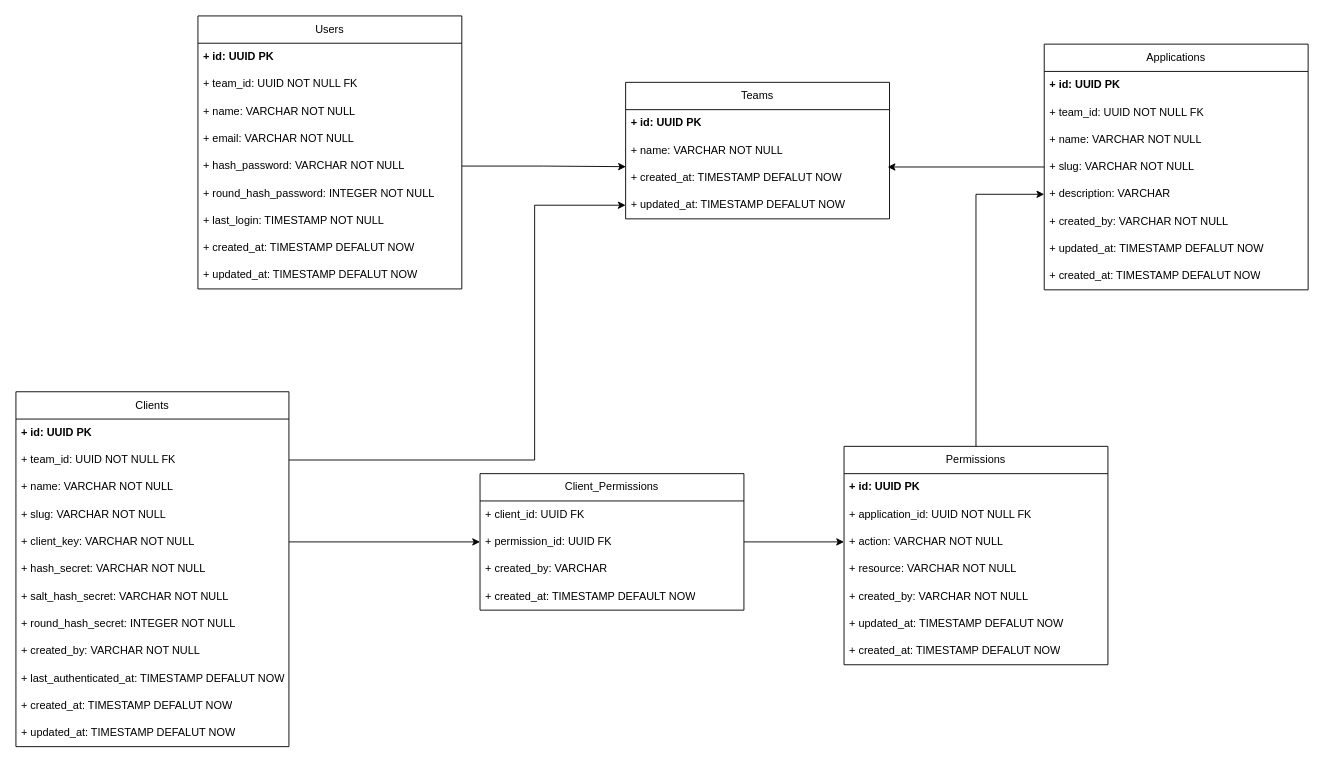
The draw.io diagram page "Modelagem" (2 of 2) of docs/Oauth-JWT-API.drawio in guilhermealvess/oauth-api, before the edit. Source tidied: cells renumbered, new cells numbered last; positions are measured from the earlier drawing's top-left corner, leaving out a move shared by most shapes. Both pictures are drawn from the tidied source at 91%, with x=0, y=0 at pixel (15, 15).
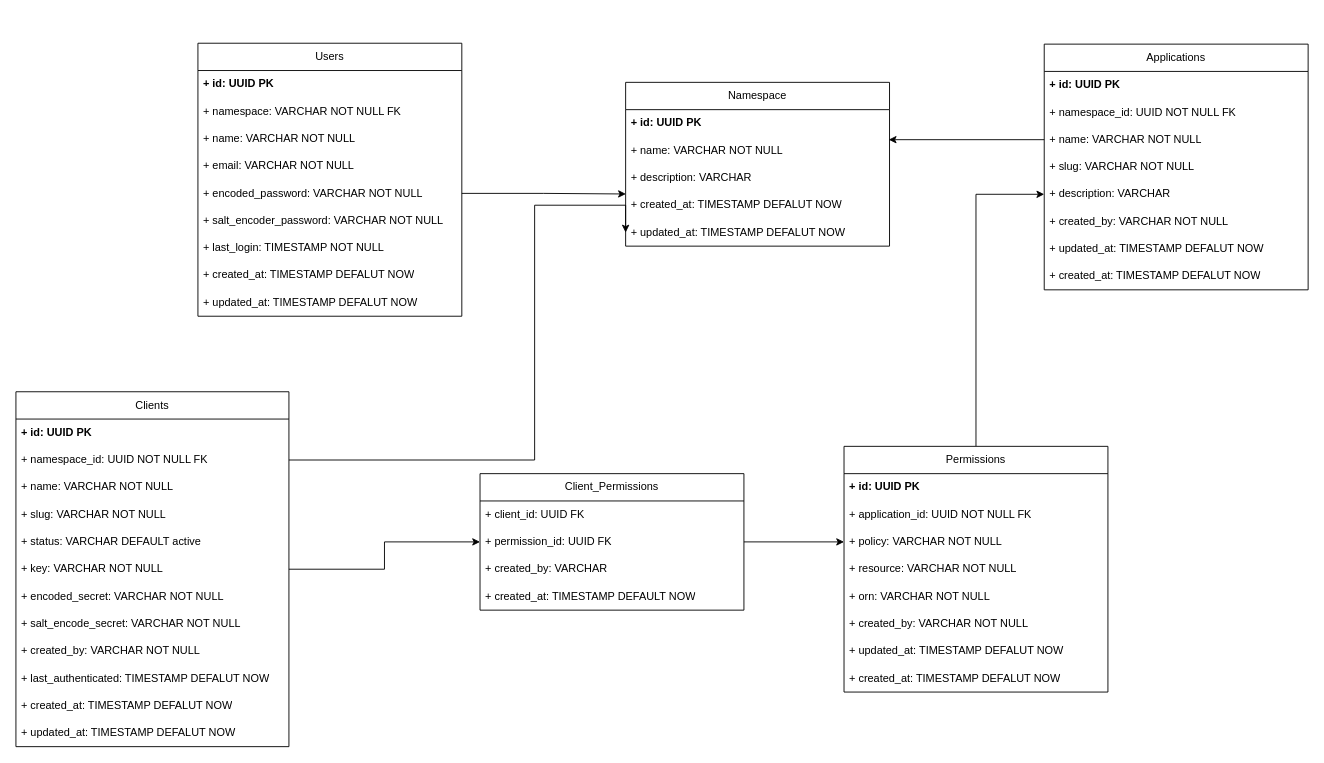
The same page after the edit.

Unchanged cells that the change refers to:
```xml
<mxCell id="17" value="Applications" style="swimlane;fontStyle=0;horizontal=1;startSize=30;whiteSpace=wrap;html=1;" parent="1" vertex="1">
  <mxGeometry x="1130" y="31" width="290" height="270" as="geometry" />
</mxCell>
<mxCell id="20" value="+ name: VARCHAR NOT NULL" style="text;strokeColor=none;fillColor=none;align=left;verticalAlign=middle;spacingLeft=4;spacingRight=4;overflow=hidden;points=[[0,0.5],[1,0.5]];portConstraint=eastwest;whiteSpace=wrap;html=1;" parent="17" vertex="1">
  <mxGeometry y="90" width="290" height="30" as="geometry" />
</mxCell>
<mxCell id="21" value="+ slug: VARCHAR NOT NULL" style="text;strokeColor=none;fillColor=none;align=left;verticalAlign=middle;spacingLeft=4;spacingRight=4;overflow=hidden;points=[[0,0.5],[1,0.5]];portConstraint=eastwest;whiteSpace=wrap;html=1;" parent="17" vertex="1">
  <mxGeometry y="120" width="290" height="30" as="geometry" />
</mxCell>
<mxCell id="35" value="Clients" style="swimlane;fontStyle=0;horizontal=1;startSize=30;whiteSpace=wrap;html=1;" parent="1" vertex="1">
  <mxGeometry y="413" width="300" height="390" as="geometry" />
</mxCell>
```

Change to the diagram source:
```diff
@@
-    <mxCell id="2" value="Teams" style="swimlane;fontStyle=0;horizontal=1;startSize=30;whiteSpace=wrap;html=1;" parent="1" vertex="1">
-      <mxGeometry x="670" y="73" width="290" height="150" as="geometry" />
+    <mxCell id="2" value="Namespace" style="swimlane;fontStyle=0;horizontal=1;startSize=30;whiteSpace=wrap;html=1;" parent="1" vertex="1">
+      <mxGeometry x="670" y="73" width="290" height="180" as="geometry" />
     </mxCell>
@@
+    <mxCell id="58" value="+ name: VARCHAR NOT NULL" style="text;strokeColor=none;fillColor=none;align=left;verticalAlign=middle;spacingLeft=4;spacingRight=4;overflow=hidden;points=[[0,0.5],[1,0.5]];portConstraint=eastwest;whiteSpace=wrap;html=1;" parent="2" vertex="1">
+      <mxGeometry y="60" width="290" height="30" as="geometry" />
+    </mxCell>
-    <mxCell id="4" value="+ name: VARCHAR NOT NULL" style="text;strokeColor=none;fillColor=none;align=left;verticalAlign=middle;spacingLeft=4;spacingRight=4;overflow=hidden;whiteSpace=wrap;html=1;" parent="2" vertex="1">
-      <mxGeometry y="60" width="290" height="30" as="geometry" />
+    <mxCell id="4" value="+ description: VARCHAR" style="text;strokeColor=none;fillColor=none;align=left;verticalAlign=middle;spacingLeft=4;spacingRight=4;overflow=hidden;whiteSpace=wrap;html=1;" parent="2" vertex="1">
+      <mxGeometry y="90" width="290" height="30" as="geometry" />
     </mxCell>
     <mxCell id="5" value="+ created_at: TIMESTAMP DEFALUT NOW" style="text;strokeColor=none;fillColor=none;align=left;verticalAlign=middle;spacingLeft=4;spacingRight=4;overflow=hidden;points=[[0,0.5],[1,0.5]];portConstraint=eastwest;whiteSpace=wrap;html=1;" parent="2" vertex="1">
-      <mxGeometry y="90" width="290" height="30" as="geometry" />
+      <mxGeometry y="120" width="290" height="30" as="geometry" />
     </mxCell>
     <mxCell id="6" value="+ updated_at: TIMESTAMP DEFALUT NOW" style="text;strokeColor=none;fillColor=none;align=left;verticalAlign=middle;spacingLeft=4;spacingRight=4;overflow=hidden;points=[[0,0.5],[1,0.5]];portConstraint=eastwest;whiteSpace=wrap;html=1;" parent="2" vertex="1">
-      <mxGeometry y="120" width="290" height="30" as="geometry" />
+      <mxGeometry y="150" width="290" height="30" as="geometry" />
     </mxCell>
     <mxCell id="7" value="Users" style="swimlane;fontStyle=0;horizontal=1;startSize=30;whiteSpace=wrap;html=1;" parent="1" vertex="1">
-      <mxGeometry x="200" width="290" height="300" as="geometry" />
+      <mxGeometry x="200" y="30" width="290" height="300" as="geometry" />
     </mxCell>
@@
-    <mxCell id="9" value="+ team_id: UUID NOT NULL FK" style="text;strokeColor=none;fillColor=none;align=left;verticalAlign=middle;spacingLeft=4;spacingRight=4;overflow=hidden;whiteSpace=wrap;html=1;" parent="7" vertex="1">
+    <mxCell id="9" value="+ namespace: VARCHAR NOT NULL FK" style="text;strokeColor=none;fillColor=none;align=left;verticalAlign=middle;spacingLeft=4;spacingRight=4;overflow=hidden;whiteSpace=wrap;html=1;" parent="7" vertex="1">
       <mxGeometry y="60" width="290" height="30" as="geometry" />
     </mxCell>
@@
-    <mxCell id="12" value="+ hash_password: VARCHAR NOT NULL" style="text;strokeColor=none;fillColor=none;align=left;verticalAlign=middle;spacingLeft=4;spacingRight=4;overflow=hidden;points=[[0,0.5],[1,0.5]];portConstraint=eastwest;whiteSpace=wrap;html=1;" parent="7" vertex="1">
+    <mxCell id="12" value="+ encoded_password: VARCHAR NOT NULL" style="text;strokeColor=none;fillColor=none;align=left;verticalAlign=middle;spacingLeft=4;spacingRight=4;overflow=hidden;points=[[0,0.5],[1,0.5]];portConstraint=eastwest;whiteSpace=wrap;html=1;" parent="7" vertex="1">
       <mxGeometry y="150" width="290" height="30" as="geometry" />
     </mxCell>
-    <mxCell id="13" value="+ round_hash_password: INTEGER NOT NULL" style="text;strokeColor=none;fillColor=none;align=left;verticalAlign=middle;spacingLeft=4;spacingRight=4;overflow=hidden;whiteSpace=wrap;html=1;" parent="7" vertex="1">
-      <mxGeometry y="180" width="290" height="30" as="geometry" />
-    </mxCell>
+    <mxCell id="59" value="+ salt_encoder_password: VARCHAR NOT NULL" style="text;strokeColor=none;fillColor=none;align=left;verticalAlign=middle;spacingLeft=4;spacingRight=4;overflow=hidden;whiteSpace=wrap;html=1;" parent="7" vertex="1">
+      <mxGeometry y="180" width="290" height="30" as="geometry" />
+    </mxCell>
@@
-    <mxCell id="19" value="+ team_id: UUID NOT NULL FK" style="text;strokeColor=none;fillColor=none;align=left;verticalAlign=middle;spacingLeft=4;spacingRight=4;overflow=hidden;whiteSpace=wrap;html=1;" parent="17" vertex="1">
+    <mxCell id="19" value="+ namespace_id: UUID NOT NULL FK" style="text;strokeColor=none;fillColor=none;align=left;verticalAlign=middle;spacingLeft=4;spacingRight=4;overflow=hidden;whiteSpace=wrap;html=1;" parent="17" vertex="1">
       <mxGeometry y="60" width="290" height="30" as="geometry" />
     </mxCell>
@@
     <mxCell id="27" value="Permissions" style="swimlane;fontStyle=0;horizontal=1;startSize=30;whiteSpace=wrap;html=1;" parent="1" vertex="1">
-      <mxGeometry x="910" y="473" width="290" height="240" as="geometry" />
+      <mxGeometry x="910" y="473" width="290" height="270" as="geometry" />
     </mxCell>
@@
-    <mxCell id="30" value="+ action: VARCHAR NOT NULL" style="text;strokeColor=none;fillColor=none;align=left;verticalAlign=middle;spacingLeft=4;spacingRight=4;overflow=hidden;points=[[0,0.5],[1,0.5]];portConstraint=eastwest;whiteSpace=wrap;html=1;" parent="27" vertex="1">
+    <mxCell id="30" value="+ policy: VARCHAR NOT NULL" style="text;strokeColor=none;fillColor=none;align=left;verticalAlign=middle;spacingLeft=4;spacingRight=4;overflow=hidden;points=[[0,0.5],[1,0.5]];portConstraint=eastwest;whiteSpace=wrap;html=1;" parent="27" vertex="1">
       <mxGeometry y="90" width="290" height="30" as="geometry" />
     </mxCell>
@@
+    <mxCell id="60" value="+ orn: VARCHAR NOT NULL" style="text;strokeColor=none;fillColor=none;align=left;verticalAlign=middle;spacingLeft=4;spacingRight=4;overflow=hidden;whiteSpace=wrap;html=1;" parent="27" vertex="1">
+      <mxGeometry y="150" width="290" height="30" as="geometry" />
+    </mxCell>
     <mxCell id="32" value="+ created_by: VARCHAR NOT NULL" style="text;strokeColor=none;fillColor=none;align=left;verticalAlign=middle;spacingLeft=4;spacingRight=4;overflow=hidden;whiteSpace=wrap;html=1;" parent="27" vertex="1">
-      <mxGeometry y="150" width="290" height="30" as="geometry" />
+      <mxGeometry y="180" width="290" height="30" as="geometry" />
     </mxCell>
     <mxCell id="33" value="+ updated_at: TIMESTAMP DEFALUT NOW" style="text;strokeColor=none;fillColor=none;align=left;verticalAlign=middle;spacingLeft=4;spacingRight=4;overflow=hidden;whiteSpace=wrap;html=1;" parent="27" vertex="1">
-      <mxGeometry y="180" width="290" height="30" as="geometry" />
+      <mxGeometry y="210" width="290" height="30" as="geometry" />
     </mxCell>
     <mxCell id="34" value="+ created_at: TIMESTAMP DEFALUT NOW" style="text;strokeColor=none;fillColor=none;align=left;verticalAlign=middle;spacingLeft=4;spacingRight=4;overflow=hidden;whiteSpace=wrap;html=1;" parent="27" vertex="1">
-      <mxGeometry y="210" width="290" height="30" as="geometry" />
+      <mxGeometry y="240" width="290" height="30" as="geometry" />
     </mxCell>
@@
-    <mxCell id="37" value="+ team_id: UUID NOT NULL FK" style="text;strokeColor=none;fillColor=none;align=left;verticalAlign=middle;spacingLeft=4;spacingRight=4;overflow=hidden;points=[[0,0.5],[1,0.5]];portConstraint=eastwest;whiteSpace=wrap;html=1;" parent="35" vertex="1">
+    <mxCell id="37" value="+ namespace_id: UUID NOT NULL FK" style="text;strokeColor=none;fillColor=none;align=left;verticalAlign=middle;spacingLeft=4;spacingRight=4;overflow=hidden;points=[[0,0.5],[1,0.5]];portConstraint=eastwest;whiteSpace=wrap;html=1;" parent="35" vertex="1">
       <mxGeometry y="60" width="300" height="30" as="geometry" />
     </mxCell>
@@
+    <mxCell id="61" value="+ status: VARCHAR DEFAULT active" style="text;strokeColor=none;fillColor=none;align=left;verticalAlign=middle;spacingLeft=4;spacingRight=4;overflow=hidden;whiteSpace=wrap;html=1;" parent="35" vertex="1">
+      <mxGeometry y="150" width="300" height="30" as="geometry" />
+    </mxCell>
-    <mxCell id="40" value="+ client_key: VARCHAR NOT NULL" style="text;strokeColor=none;fillColor=none;align=left;verticalAlign=middle;spacingLeft=4;spacingRight=4;overflow=hidden;points=[[0,0.5],[1,0.5]];portConstraint=eastwest;whiteSpace=wrap;html=1;" parent="35" vertex="1">
-      <mxGeometry y="150" width="300" height="30" as="geometry" />
+    <mxCell id="40" value="+ key: VARCHAR NOT NULL" style="text;strokeColor=none;fillColor=none;align=left;verticalAlign=middle;spacingLeft=4;spacingRight=4;overflow=hidden;points=[[0,0.5],[1,0.5]];portConstraint=eastwest;whiteSpace=wrap;html=1;" parent="35" vertex="1">
+      <mxGeometry y="180" width="300" height="30" as="geometry" />
     </mxCell>
-    <mxCell id="41" value="+ hash_secret: VARCHAR NOT NULL" style="text;strokeColor=none;fillColor=none;align=left;verticalAlign=middle;spacingLeft=4;spacingRight=4;overflow=hidden;whiteSpace=wrap;html=1;" parent="35" vertex="1">
-      <mxGeometry y="180" width="300" height="30" as="geometry" />
+    <mxCell id="41" value="+ encoded_secret: VARCHAR NOT NULL" style="text;strokeColor=none;fillColor=none;align=left;verticalAlign=middle;spacingLeft=4;spacingRight=4;overflow=hidden;whiteSpace=wrap;html=1;" parent="35" vertex="1">
+      <mxGeometry y="210" width="300" height="30" as="geometry" />
     </mxCell>
-    <mxCell id="42" value="+ salt_hash_secret: VARCHAR NOT NULL" style="text;strokeColor=none;fillColor=none;align=left;verticalAlign=middle;spacingLeft=4;spacingRight=4;overflow=hidden;whiteSpace=wrap;html=1;" parent="35" vertex="1">
-      <mxGeometry y="210" width="300" height="30" as="geometry" />
+    <mxCell id="42" value="+ salt_encode_secret: VARCHAR NOT NULL" style="text;strokeColor=none;fillColor=none;align=left;verticalAlign=middle;spacingLeft=4;spacingRight=4;overflow=hidden;whiteSpace=wrap;html=1;" parent="35" vertex="1">
+      <mxGeometry y="240" width="300" height="30" as="geometry" />
     </mxCell>
-    <mxCell id="43" value="+ round_hash_secret: INTEGER NOT NULL" style="text;strokeColor=none;fillColor=none;align=left;verticalAlign=middle;spacingLeft=4;spacingRight=4;overflow=hidden;whiteSpace=wrap;html=1;" parent="35" vertex="1">
-      <mxGeometry y="240" width="300" height="30" as="geometry" />
-    </mxCell>
@@
-    <mxCell id="45" value="+ last_authenticated_at: TIMESTAMP DEFALUT NOW" style="text;strokeColor=none;fillColor=none;align=left;verticalAlign=middle;spacingLeft=4;spacingRight=4;overflow=hidden;whiteSpace=wrap;html=1;" parent="35" vertex="1">
+    <mxCell id="45" value="+ last_authenticated: TIMESTAMP DEFALUT NOW" style="text;strokeColor=none;fillColor=none;align=left;verticalAlign=middle;spacingLeft=4;spacingRight=4;overflow=hidden;whiteSpace=wrap;html=1;" parent="35" vertex="1">
       <mxGeometry y="300" width="300" height="30" as="geometry" />
     </mxCell>
@@
-    <mxCell id="54" style="edgeStyle=orthogonalEdgeStyle;rounded=0;jettySize=auto;html=1;exitX=0;exitY=0.5;exitDx=0;exitDy=0;entryX=0.993;entryY=0.1;entryDx=0;entryDy=0;entryPerimeter=0;" parent="1" edge="1" source="21" target="5">
-      <mxGeometry relative="1" as="geometry" />
-    </mxCell>
@@
+    <mxCell id="62" style="edgeStyle=orthogonalEdgeStyle;rounded=0;jettySize=auto;html=1;exitX=0;exitY=0.5;exitDx=0;exitDy=0;entryX=0.997;entryY=0.1;entryDx=0;entryDy=0;entryPerimeter=0;" parent="1" edge="1" source="20" target="58">
+      <mxGeometry relative="1" as="geometry" />
+    </mxCell>
```
